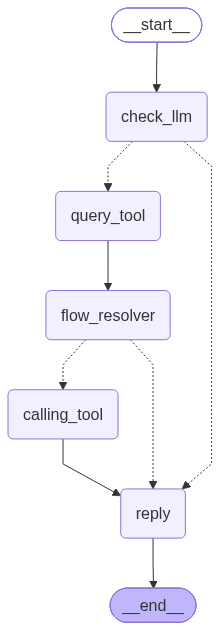
Moumennjr/ecom-assitant-agent-v2 keeps this Mermaid diagram as graph.png. Above is the earlier version. Its source is kept beside it as graph.mmd. Its diagram source:
```mermaid
---
config:
  flowchart:
    curve: linear
---
graph TD;
	__start__([<p>__start__</p>]):::first
	check_llm(check_llm)
	query_tool(query_tool)
	reply(reply)
	__end__([<p>__end__</p>]):::last
	__start__ --> check_llm;
	check_llm -.-> query_tool;
	check_llm -.-> reply;
	query_tool --> reply;
	reply --> __end__;
	classDef default fill:#f2f0ff,line-height:1.2
	classDef first fill-opacity:0
	classDef last fill:#bfb6fc
```
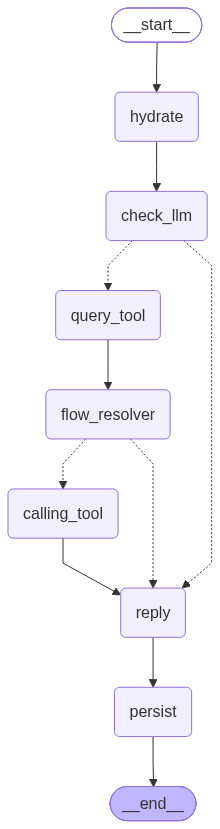
Later version of the same file.

Commit message:
feat: persist conversation memory via InMemoryStore across threads

What changed in the source:
```diff
@@ -5,15 +5,24 @@
 ---
 graph TD;
 	__start__([<p>__start__</p>]):::first
+	hydrate(hydrate)
 	check_llm(check_llm)
 	query_tool(query_tool)
+	flow_resolver(flow_resolver)
+	calling_tool(calling_tool)
 	reply(reply)
+	persist(persist)
 	__end__([<p>__end__</p>]):::last
-	__start__ --> check_llm;
+	__start__ --> hydrate;
+	calling_tool --> reply;
 	check_llm -.-> query_tool;
 	check_llm -.-> reply;
-	query_tool --> reply;
-	reply --> __end__;
+	flow_resolver -.-> calling_tool;
+	flow_resolver -.-> reply;
+	hydrate --> check_llm;
+	query_tool --> flow_resolver;
+	reply --> persist;
+	persist --> __end__;
 	classDef default fill:#f2f0ff,line-height:1.2
 	classDef first fill-opacity:0
 	classDef last fill:#bfb6fc
```
